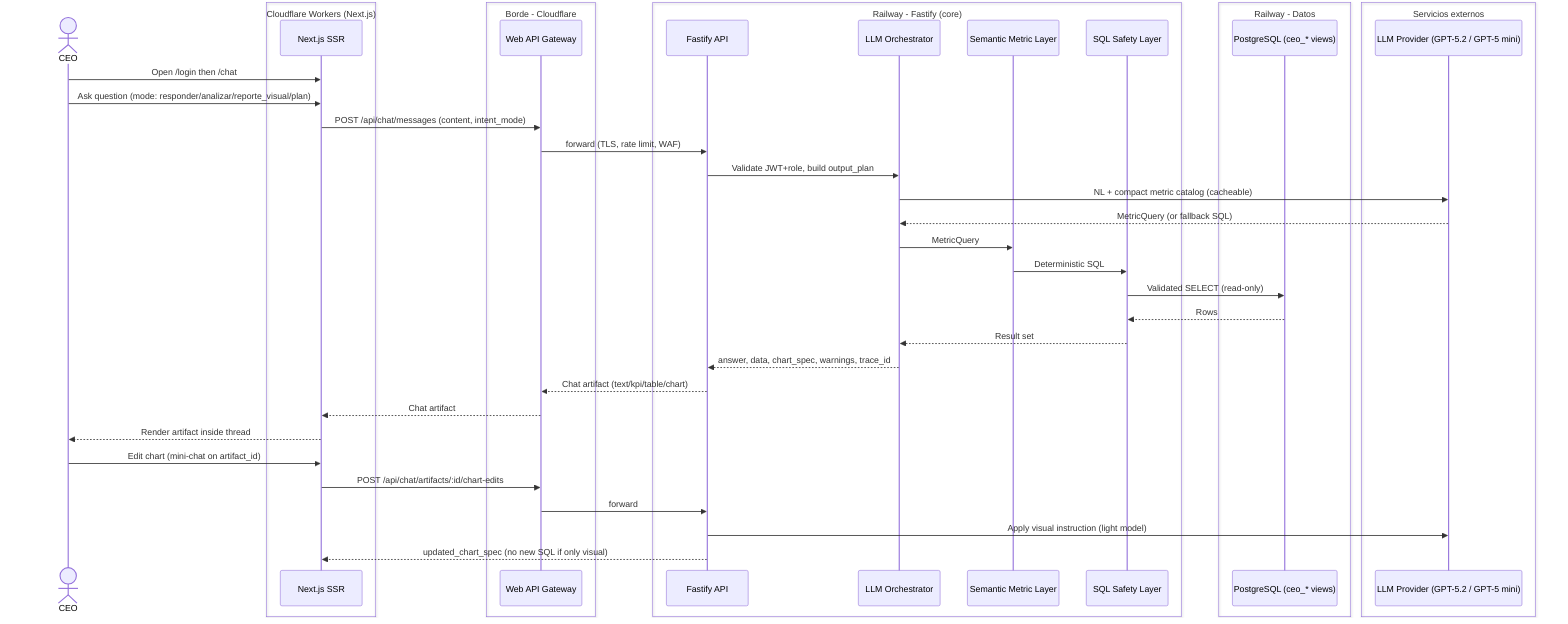
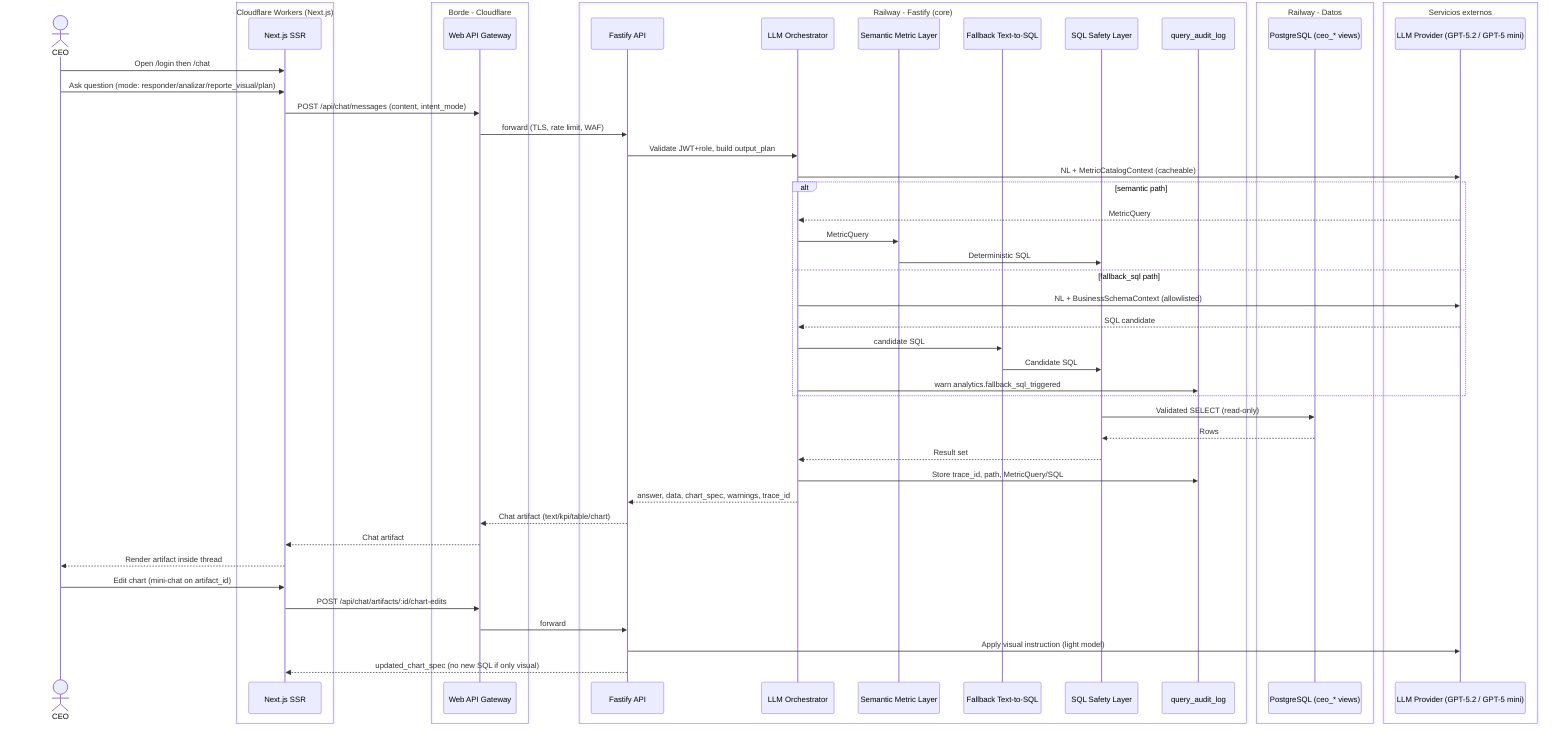
sequenceDiagram
  actor CEO
  box Cloudflare Workers (Next.js)
  participant Next as Next.js SSR
  end
  box Borde - Cloudflare
  participant WebGW as Web API Gateway
  end
  box Railway - Fastify (core)
  participant API as Fastify API
  participant Orch as LLM Orchestrator
  participant Sem as Semantic Metric Layer
+   participant Fallback as Fallback Text-to-SQL
  participant Safety as SQL Safety Layer
+   participant Audit as query_audit_log
  end
  box Railway - Datos
  participant DB as PostgreSQL (ceo_* views)
  end
  box Servicios externos
  participant LLM as LLM Provider (GPT-5.2 / GPT-5 mini)
  end

  CEO->>Next: Open /login then /chat
  CEO->>Next: Ask question (mode: responder/analizar/reporte_visual/plan)
  Next->>WebGW: POST /api/chat/messages (content, intent_mode)
  WebGW->>API: forward (TLS, rate limit, WAF)
  API->>Orch: Validate JWT+role, build output_plan
-   Orch->>LLM: NL + compact metric catalog (cacheable)
-   LLM-->>Orch: MetricQuery (or fallback SQL)
-   Orch->>Sem: MetricQuery
-   Sem->>Safety: Deterministic SQL
+   Orch->>LLM: NL + MetricCatalogContext (cacheable)
+   alt semantic path
+     LLM-->>Orch: MetricQuery
+     Orch->>Sem: MetricQuery
+     Sem->>Safety: Deterministic SQL
+   else fallback_sql path
+     Orch->>LLM: NL + BusinessSchemaContext (allowlisted)
+     LLM-->>Orch: SQL candidate
+     Orch->>Fallback: candidate SQL
+     Fallback->>Safety: Candidate SQL
+     Orch->>Audit: warn analytics.fallback_sql_triggered
+   end
  Safety->>DB: Validated SELECT (read-only)
  DB-->>Safety: Rows
  Safety-->>Orch: Result set
+   Orch->>Audit: Store trace_id, path, MetricQuery/SQL
  Orch-->>API: answer, data, chart_spec, warnings, trace_id
  API-->>WebGW: Chat artifact (text/kpi/table/chart)
  WebGW-->>Next: Chat artifact
  Next-->>CEO: Render artifact inside thread
  CEO->>Next: Edit chart (mini-chat on artifact_id)
  Next->>WebGW: POST /api/chat/artifacts/:id/chart-edits
  WebGW->>API: forward
  API->>LLM: Apply visual instruction (light model)
  API-->>Next: updated_chart_spec (no new SQL if only visual)
